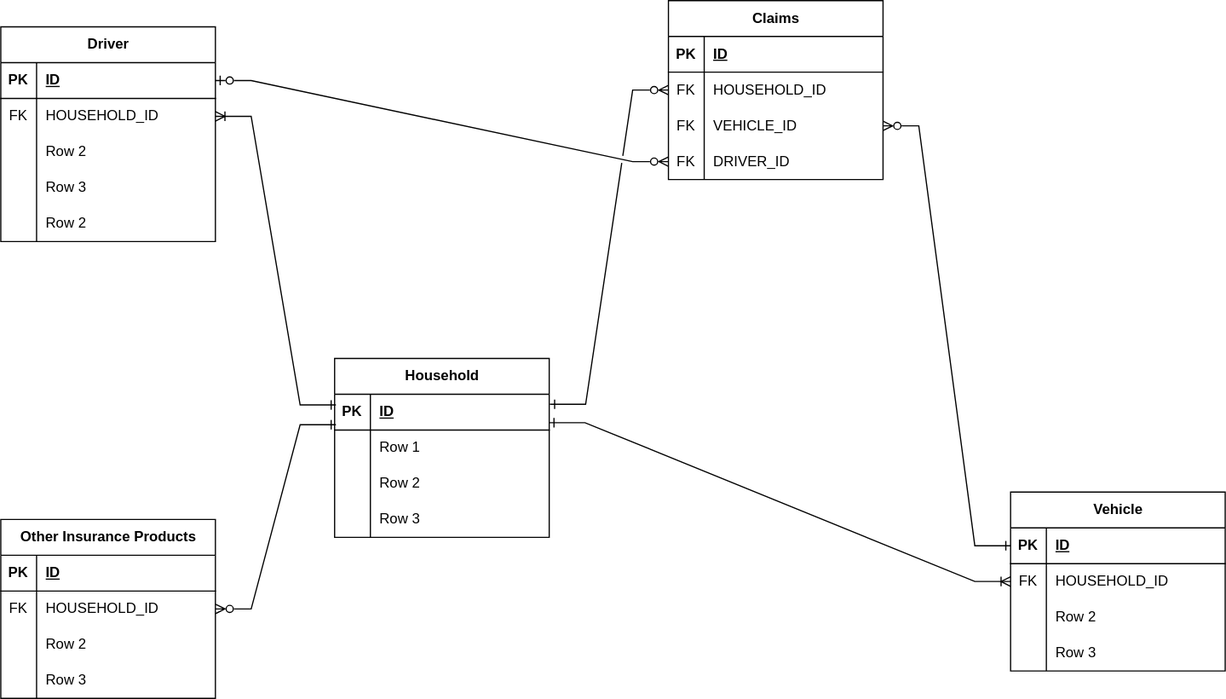
Above: synthetic_data_creation/ER Diagram for Data.svg in rosacker/msds_498_insurance_loss_modeling (draw.io), before the change. Source tidied: cells renumbered, new cells last; positions are measured from the earlier drawing's top-left corner, leaving out a move shared by most shapes.
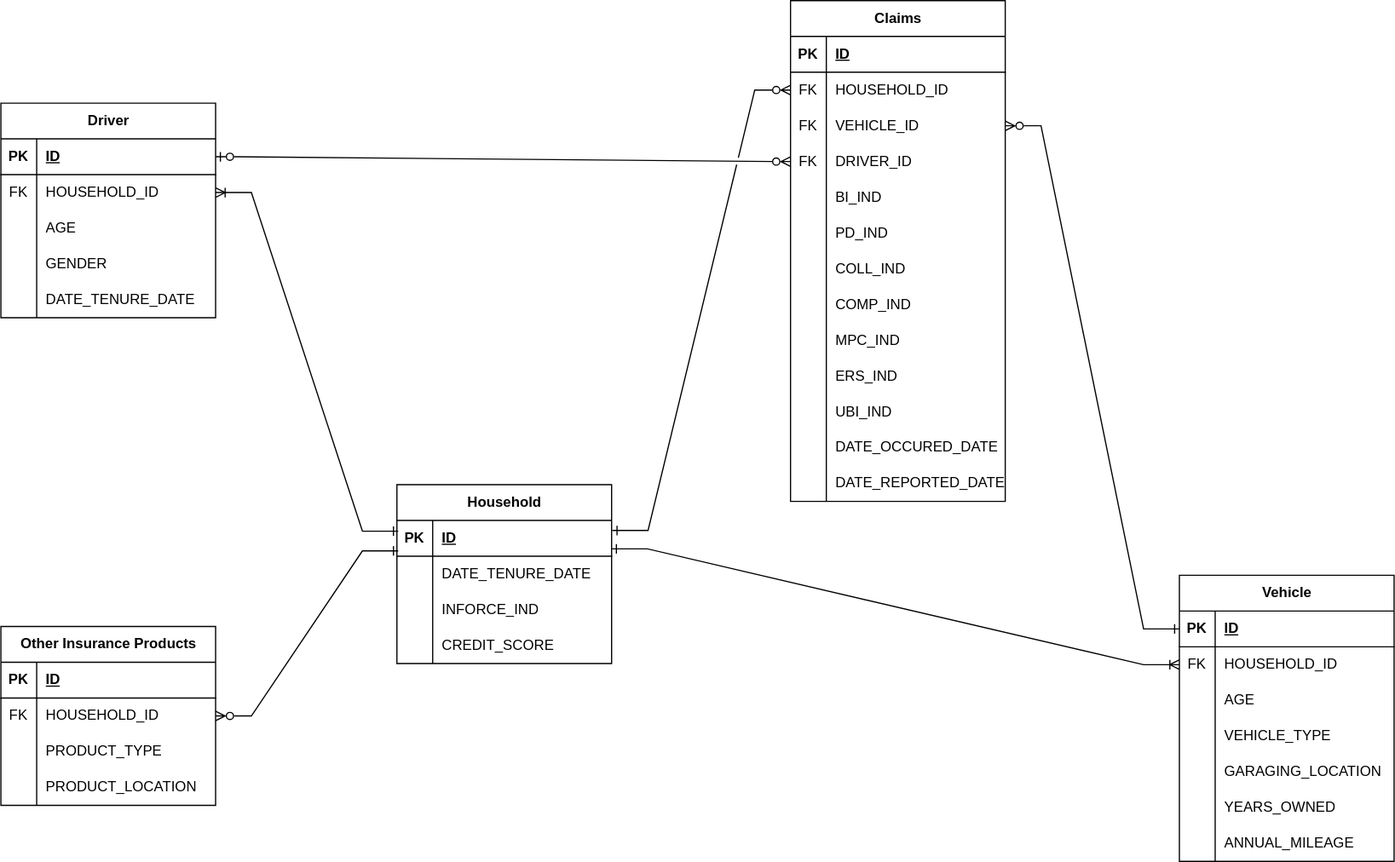
After the change.

Diff of the diagram source:
```diff
@@ -3,7 +3,7 @@
     <mxCell id="0" />
     <mxCell id="1" parent="0" />
     <mxCell id="2" value="Household" style="shape=table;startSize=30;rowLines=0;fontStyle=1;align=center;html=1;" parent="1" vertex="1">
-      <mxGeometry x="280" y="300" width="180" height="150" as="geometry" />
+      <mxGeometry x="303" y="348" width="180" height="150" as="geometry" />
     </mxCell>
     <mxCell id="3" style="shape=tableRow;horizontal=0;startSize=0;swimlaneHead=0;swimlaneBody=0;fillColor=none;points=[[0,0.5],[1,0.5]];portConstraint=eastwest;top=0;left=0;right=0;bottom=1;" parent="2" vertex="1">
       <mxGeometry y="30" width="180" height="30" as="geometry" />
@@ -20,7 +20,7 @@
     <mxCell id="7" style="shape=partialRectangle;fillColor=none;top=0;left=0;bottom=0;right=0;overflow=hidden;whiteSpace=wrap;html=1;" parent="6" vertex="1">
       <mxGeometry width="30" height="30" as="geometry" />
     </mxCell>
-    <mxCell id="8" value="Row 1" style="shape=partialRectangle;fillColor=none;top=0;left=0;bottom=0;right=0;align=left;spacingLeft=6;overflow=hidden;whiteSpace=wrap;html=1;" parent="6" vertex="1">
+    <mxCell id="8" value="DATE_TENURE_DATE" style="shape=partialRectangle;fillColor=none;top=0;left=0;bottom=0;right=0;align=left;spacingLeft=6;overflow=hidden;whiteSpace=wrap;html=1;" parent="6" vertex="1">
       <mxGeometry x="30" width="150" height="30" as="geometry" />
     </mxCell>
     <mxCell id="9" style="shape=tableRow;horizontal=0;startSize=0;swimlaneHead=0;swimlaneBody=0;fillColor=none;top=0;left=0;right=0;bottom=0;" parent="2" vertex="1">
@@ -29,7 +29,7 @@
     <mxCell id="10" style="shape=partialRectangle;fillColor=none;top=0;left=0;bottom=0;right=0;overflow=hidden;whiteSpace=wrap;html=1;" parent="9" vertex="1">
       <mxGeometry width="30" height="30" as="geometry" />
     </mxCell>
-    <mxCell id="11" value="Row 2" style="shape=partialRectangle;fillColor=none;top=0;left=0;bottom=0;right=0;align=left;spacingLeft=6;overflow=hidden;whiteSpace=wrap;html=1;" parent="9" vertex="1">
+    <mxCell id="11" value="INFORCE_IND" style="shape=partialRectangle;fillColor=none;top=0;left=0;bottom=0;right=0;align=left;spacingLeft=6;overflow=hidden;whiteSpace=wrap;html=1;" parent="9" vertex="1">
       <mxGeometry x="30" width="150" height="30" as="geometry" />
     </mxCell>
     <mxCell id="12" style="shape=tableRow;horizontal=0;startSize=0;swimlaneHead=0;swimlaneBody=0;fillColor=none;top=0;left=0;right=0;bottom=0;" parent="2" vertex="1">
@@ -38,11 +38,11 @@
     <mxCell id="13" style="shape=partialRectangle;fillColor=none;top=0;left=0;bottom=0;right=0;overflow=hidden;whiteSpace=wrap;html=1;" parent="12" vertex="1">
       <mxGeometry width="30" height="30" as="geometry" />
     </mxCell>
-    <mxCell id="14" value="Row 3" style="shape=partialRectangle;fillColor=none;top=0;left=0;bottom=0;right=0;align=left;spacingLeft=6;overflow=hidden;whiteSpace=wrap;html=1;" parent="12" vertex="1">
+    <mxCell id="14" value="CREDIT_SCORE" style="shape=partialRectangle;fillColor=none;top=0;left=0;bottom=0;right=0;align=left;spacingLeft=6;overflow=hidden;whiteSpace=wrap;html=1;" parent="12" vertex="1">
       <mxGeometry x="30" width="150" height="30" as="geometry" />
     </mxCell>
     <mxCell id="15" value="Vehicle" style="shape=table;startSize=30;rowLines=0;fontStyle=1;align=center;html=1;" parent="1" vertex="1">
-      <mxGeometry x="847" y="412" width="180" height="150" as="geometry" />
+      <mxGeometry x="959" y="424" width="180" height="240" as="geometry" />
     </mxCell>
     <mxCell id="16" style="shape=tableRow;horizontal=0;startSize=0;swimlaneHead=0;swimlaneBody=0;fillColor=none;points=[[0,0.5],[1,0.5]];portConstraint=eastwest;top=0;left=0;right=0;bottom=1;" parent="15" vertex="1">
       <mxGeometry y="30" width="180" height="30" as="geometry" />
@@ -68,7 +68,7 @@
     <mxCell id="23" style="shape=partialRectangle;fillColor=none;top=0;left=0;bottom=0;right=0;overflow=hidden;whiteSpace=wrap;html=1;" parent="22" vertex="1">
       <mxGeometry width="30" height="30" as="geometry" />
     </mxCell>
-    <mxCell id="24" value="Row 2" style="shape=partialRectangle;fillColor=none;top=0;left=0;bottom=0;right=0;align=left;spacingLeft=6;overflow=hidden;whiteSpace=wrap;html=1;" parent="22" vertex="1">
+    <mxCell id="24" value="AGE" style="shape=partialRectangle;fillColor=none;top=0;left=0;bottom=0;right=0;align=left;spacingLeft=6;overflow=hidden;whiteSpace=wrap;html=1;" parent="22" vertex="1">
       <mxGeometry x="30" width="150" height="30" as="geometry" />
     </mxCell>
     <mxCell id="25" style="shape=tableRow;horizontal=0;startSize=0;swimlaneHead=0;swimlaneBody=0;fillColor=none;top=0;left=0;right=0;bottom=0;" parent="15" vertex="1">
@@ -77,11 +77,38 @@
     <mxCell id="26" style="shape=partialRectangle;fillColor=none;top=0;left=0;bottom=0;right=0;overflow=hidden;whiteSpace=wrap;html=1;" parent="25" vertex="1">
       <mxGeometry width="30" height="30" as="geometry" />
     </mxCell>
-    <mxCell id="27" value="Row 3" style="shape=partialRectangle;fillColor=none;top=0;left=0;bottom=0;right=0;align=left;spacingLeft=6;overflow=hidden;whiteSpace=wrap;html=1;" parent="25" vertex="1">
+    <mxCell id="27" value="VEHICLE_TYPE" style="shape=partialRectangle;fillColor=none;top=0;left=0;bottom=0;right=0;align=left;spacingLeft=6;overflow=hidden;whiteSpace=wrap;html=1;" parent="25" vertex="1">
       <mxGeometry x="30" width="150" height="30" as="geometry" />
     </mxCell>
+    <mxCell id="76" style="shape=tableRow;horizontal=0;startSize=0;swimlaneHead=0;swimlaneBody=0;fillColor=none;top=0;left=0;right=0;bottom=0;" parent="15" vertex="1">
+      <mxGeometry y="150" width="180" height="30" as="geometry" />
+    </mxCell>
+    <mxCell id="77" style="shape=partialRectangle;fillColor=none;top=0;left=0;bottom=0;right=0;overflow=hidden;whiteSpace=wrap;html=1;" parent="76" vertex="1">
+      <mxGeometry width="30" height="30" as="geometry" />
+    </mxCell>
+    <mxCell id="78" value="GARAGING_LOCATION" style="shape=partialRectangle;fillColor=none;top=0;left=0;bottom=0;right=0;align=left;spacingLeft=6;overflow=hidden;whiteSpace=wrap;html=1;" parent="76" vertex="1">
+      <mxGeometry x="30" width="150" height="30" as="geometry" />
+    </mxCell>
+    <mxCell id="79" style="shape=tableRow;horizontal=0;startSize=0;swimlaneHead=0;swimlaneBody=0;fillColor=none;top=0;left=0;right=0;bottom=0;" parent="15" vertex="1">
+      <mxGeometry y="180" width="180" height="30" as="geometry" />
+    </mxCell>
+    <mxCell id="80" style="shape=partialRectangle;fillColor=none;top=0;left=0;bottom=0;right=0;overflow=hidden;whiteSpace=wrap;html=1;" parent="79" vertex="1">
+      <mxGeometry width="30" height="30" as="geometry" />
+    </mxCell>
+    <mxCell id="81" value="YEARS_OWNED" style="shape=partialRectangle;fillColor=none;top=0;left=0;bottom=0;right=0;align=left;spacingLeft=6;overflow=hidden;whiteSpace=wrap;html=1;" parent="79" vertex="1">
+      <mxGeometry x="30" width="150" height="30" as="geometry" />
+    </mxCell>
+    <mxCell id="82" style="shape=tableRow;horizontal=0;startSize=0;swimlaneHead=0;swimlaneBody=0;fillColor=none;top=0;left=0;right=0;bottom=0;" parent="15" vertex="1">
+      <mxGeometry y="210" width="180" height="30" as="geometry" />
+    </mxCell>
+    <mxCell id="83" style="shape=partialRectangle;fillColor=none;top=0;left=0;bottom=0;right=0;overflow=hidden;whiteSpace=wrap;html=1;" parent="82" vertex="1">
+      <mxGeometry width="30" height="30" as="geometry" />
+    </mxCell>
+    <mxCell id="84" value="ANNUAL_MILEAGE" style="shape=partialRectangle;fillColor=none;top=0;left=0;bottom=0;right=0;align=left;spacingLeft=6;overflow=hidden;whiteSpace=wrap;html=1;" parent="82" vertex="1">
+      <mxGeometry x="30" width="150" height="30" as="geometry" />
+    </mxCell>
     <mxCell id="28" value="Driver" style="shape=table;startSize=30;rowLines=0;fontStyle=1;align=center;html=1;" parent="1" vertex="1">
-      <mxGeometry y="22" width="180" height="180" as="geometry" />
+      <mxGeometry x="-29" y="28" width="180" height="180" as="geometry" />
     </mxCell>
     <mxCell id="29" style="shape=tableRow;horizontal=0;startSize=0;swimlaneHead=0;swimlaneBody=0;fillColor=none;points=[[0,0.5],[1,0.5]];portConstraint=eastwest;top=0;left=0;right=0;bottom=1;" parent="28" vertex="1">
       <mxGeometry y="30" width="180" height="30" as="geometry" />
@@ -107,7 +134,7 @@
     <mxCell id="36" style="shape=partialRectangle;fillColor=none;top=0;left=0;bottom=0;right=0;overflow=hidden;whiteSpace=wrap;html=1;" parent="35" vertex="1">
       <mxGeometry width="30" height="30" as="geometry" />
     </mxCell>
-    <mxCell id="37" value="Row 2" style="shape=partialRectangle;fillColor=none;top=0;left=0;bottom=0;right=0;align=left;spacingLeft=6;overflow=hidden;whiteSpace=wrap;html=1;" parent="35" vertex="1">
+    <mxCell id="37" value="AGE" style="shape=partialRectangle;fillColor=none;top=0;left=0;bottom=0;right=0;align=left;spacingLeft=6;overflow=hidden;whiteSpace=wrap;html=1;" parent="35" vertex="1">
       <mxGeometry x="30" width="150" height="30" as="geometry" />
     </mxCell>
     <mxCell id="38" style="shape=tableRow;horizontal=0;startSize=0;swimlaneHead=0;swimlaneBody=0;fillColor=none;top=0;left=0;right=0;bottom=0;" parent="28" vertex="1">
@@ -116,7 +143,7 @@
     <mxCell id="39" style="shape=partialRectangle;fillColor=none;top=0;left=0;bottom=0;right=0;overflow=hidden;whiteSpace=wrap;html=1;" parent="38" vertex="1">
       <mxGeometry width="30" height="30" as="geometry" />
     </mxCell>
-    <mxCell id="40" value="Row 3" style="shape=partialRectangle;fillColor=none;top=0;left=0;bottom=0;right=0;align=left;spacingLeft=6;overflow=hidden;whiteSpace=wrap;html=1;" parent="38" vertex="1">
+    <mxCell id="40" value="GENDER" style="shape=partialRectangle;fillColor=none;top=0;left=0;bottom=0;right=0;align=left;spacingLeft=6;overflow=hidden;whiteSpace=wrap;html=1;" parent="38" vertex="1">
       <mxGeometry x="30" width="150" height="30" as="geometry" />
     </mxCell>
     <mxCell id="41" style="shape=tableRow;horizontal=0;startSize=0;swimlaneHead=0;swimlaneBody=0;fillColor=none;top=0;left=0;right=0;bottom=0;" parent="28" vertex="1">
@@ -125,11 +152,11 @@
     <mxCell id="42" style="shape=partialRectangle;fillColor=none;top=0;left=0;bottom=0;right=0;overflow=hidden;whiteSpace=wrap;html=1;" parent="41" vertex="1">
       <mxGeometry width="30" height="30" as="geometry" />
     </mxCell>
-    <mxCell id="43" value="Row 2" style="shape=partialRectangle;fillColor=none;top=0;left=0;bottom=0;right=0;align=left;spacingLeft=6;overflow=hidden;whiteSpace=wrap;html=1;" parent="41" vertex="1">
+    <mxCell id="43" value="DATE_TENURE_DATE" style="shape=partialRectangle;fillColor=none;top=0;left=0;bottom=0;right=0;align=left;spacingLeft=6;overflow=hidden;whiteSpace=wrap;html=1;" parent="41" vertex="1">
       <mxGeometry x="30" width="150" height="30" as="geometry" />
     </mxCell>
     <mxCell id="44" value="Other Insurance Products" style="shape=table;startSize=30;rowLines=0;fontStyle=1;align=center;html=1;" parent="1" vertex="1">
-      <mxGeometry y="435" width="180" height="150" as="geometry" />
+      <mxGeometry x="-29" y="467" width="180" height="150" as="geometry" />
     </mxCell>
     <mxCell id="45" style="shape=tableRow;horizontal=0;startSize=0;swimlaneHead=0;swimlaneBody=0;fillColor=none;top=0;left=0;right=0;bottom=1;" parent="44" vertex="1">
       <mxGeometry y="30" width="180" height="30" as="geometry" />
@@ -155,7 +182,7 @@
     <mxCell id="52" style="shape=partialRectangle;fillColor=none;top=0;left=0;bottom=0;right=0;overflow=hidden;whiteSpace=wrap;html=1;" parent="51" vertex="1">
       <mxGeometry width="30" height="30" as="geometry" />
     </mxCell>
-    <mxCell id="53" value="Row 2" style="shape=partialRectangle;fillColor=none;top=0;left=0;bottom=0;right=0;align=left;spacingLeft=6;overflow=hidden;whiteSpace=wrap;html=1;" parent="51" vertex="1">
+    <mxCell id="53" value="PRODUCT_TYPE" style="shape=partialRectangle;fillColor=none;top=0;left=0;bottom=0;right=0;align=left;spacingLeft=6;overflow=hidden;whiteSpace=wrap;html=1;" parent="51" vertex="1">
       <mxGeometry x="30" width="150" height="30" as="geometry" />
     </mxCell>
     <mxCell id="54" style="shape=tableRow;horizontal=0;startSize=0;swimlaneHead=0;swimlaneBody=0;fillColor=none;top=0;left=0;right=0;bottom=0;" parent="44" vertex="1">
@@ -164,11 +191,11 @@
     <mxCell id="55" style="shape=partialRectangle;fillColor=none;top=0;left=0;bottom=0;right=0;overflow=hidden;whiteSpace=wrap;html=1;" parent="54" vertex="1">
       <mxGeometry width="30" height="30" as="geometry" />
     </mxCell>
-    <mxCell id="56" value="Row 3" style="shape=partialRectangle;fillColor=none;top=0;left=0;bottom=0;right=0;align=left;spacingLeft=6;overflow=hidden;whiteSpace=wrap;html=1;" parent="54" vertex="1">
+    <mxCell id="56" value="PRODUCT_LOCATION" style="shape=partialRectangle;fillColor=none;top=0;left=0;bottom=0;right=0;align=left;spacingLeft=6;overflow=hidden;whiteSpace=wrap;html=1;" parent="54" vertex="1">
       <mxGeometry x="30" width="150" height="30" as="geometry" />
     </mxCell>
     <mxCell id="57" value="Claims" style="shape=table;startSize=30;rowLines=0;fontStyle=1;align=center;html=1;" parent="1" vertex="1">
-      <mxGeometry x="560" width="180" height="150" as="geometry" />
+      <mxGeometry x="633" y="-58" width="180" height="420" as="geometry" />
     </mxCell>
     <mxCell id="58" style="shape=tableRow;horizontal=0;startSize=0;swimlaneHead=0;swimlaneBody=0;fillColor=none;top=0;left=0;right=0;bottom=1;" parent="57" vertex="1">
       <mxGeometry y="30" width="180" height="30" as="geometry" />
@@ -206,6 +233,87 @@
     <mxCell id="69" value="DRIVER_ID" style="shape=partialRectangle;fillColor=none;top=0;left=0;bottom=0;right=0;align=left;spacingLeft=6;overflow=hidden;whiteSpace=wrap;html=1;" parent="67" vertex="1">
       <mxGeometry x="30" width="150" height="30" as="geometry" />
     </mxCell>
+    <mxCell id="85" style="shape=tableRow;horizontal=0;startSize=0;swimlaneHead=0;swimlaneBody=0;fillColor=none;top=0;left=0;right=0;bottom=0;" parent="57" vertex="1">
+      <mxGeometry y="150" width="180" height="30" as="geometry" />
+    </mxCell>
+    <mxCell id="86" style="shape=partialRectangle;fillColor=none;top=0;left=0;bottom=0;right=0;overflow=hidden;whiteSpace=wrap;html=1;" parent="85" vertex="1">
+      <mxGeometry width="30" height="30" as="geometry" />
+    </mxCell>
+    <mxCell id="87" value="BI_IND" style="shape=partialRectangle;fillColor=none;top=0;left=0;bottom=0;right=0;align=left;spacingLeft=6;overflow=hidden;whiteSpace=wrap;html=1;" parent="85" vertex="1">
+      <mxGeometry x="30" width="150" height="30" as="geometry" />
+    </mxCell>
+    <mxCell id="88" style="shape=tableRow;horizontal=0;startSize=0;swimlaneHead=0;swimlaneBody=0;fillColor=none;top=0;left=0;right=0;bottom=0;" parent="57" vertex="1">
+      <mxGeometry y="180" width="180" height="30" as="geometry" />
+    </mxCell>
+    <mxCell id="89" style="shape=partialRectangle;fillColor=none;top=0;left=0;bottom=0;right=0;overflow=hidden;whiteSpace=wrap;html=1;" parent="88" vertex="1">
+      <mxGeometry width="30" height="30" as="geometry" />
+    </mxCell>
+    <mxCell id="90" value="PD_IND" style="shape=partialRectangle;fillColor=none;top=0;left=0;bottom=0;right=0;align=left;spacingLeft=6;overflow=hidden;whiteSpace=wrap;html=1;" parent="88" vertex="1">
+      <mxGeometry x="30" width="150" height="30" as="geometry" />
+    </mxCell>
+    <mxCell id="91" style="shape=tableRow;horizontal=0;startSize=0;swimlaneHead=0;swimlaneBody=0;fillColor=none;top=0;left=0;right=0;bottom=0;" parent="57" vertex="1">
+      <mxGeometry y="210" width="180" height="30" as="geometry" />
+    </mxCell>
+    <mxCell id="92" style="shape=partialRectangle;fillColor=none;top=0;left=0;bottom=0;right=0;overflow=hidden;whiteSpace=wrap;html=1;" parent="91" vertex="1">
+      <mxGeometry width="30" height="30" as="geometry" />
+    </mxCell>
+    <mxCell id="93" value="COLL_IND" style="shape=partialRectangle;fillColor=none;top=0;left=0;bottom=0;right=0;align=left;spacingLeft=6;overflow=hidden;whiteSpace=wrap;html=1;" parent="91" vertex="1">
+      <mxGeometry x="30" width="150" height="30" as="geometry" />
+    </mxCell>
+    <mxCell id="94" style="shape=tableRow;horizontal=0;startSize=0;swimlaneHead=0;swimlaneBody=0;fillColor=none;top=0;left=0;right=0;bottom=0;" parent="57" vertex="1">
+      <mxGeometry y="240" width="180" height="30" as="geometry" />
+    </mxCell>
+    <mxCell id="95" style="shape=partialRectangle;fillColor=none;top=0;left=0;bottom=0;right=0;overflow=hidden;whiteSpace=wrap;html=1;" parent="94" vertex="1">
+      <mxGeometry width="30" height="30" as="geometry" />
+    </mxCell>
+    <mxCell id="96" value="COMP_IND" style="shape=partialRectangle;fillColor=none;top=0;left=0;bottom=0;right=0;align=left;spacingLeft=6;overflow=hidden;whiteSpace=wrap;html=1;" parent="94" vertex="1">
+      <mxGeometry x="30" width="150" height="30" as="geometry" />
+    </mxCell>
+    <mxCell id="97" style="shape=tableRow;horizontal=0;startSize=0;swimlaneHead=0;swimlaneBody=0;fillColor=none;top=0;left=0;right=0;bottom=0;" parent="57" vertex="1">
+      <mxGeometry y="270" width="180" height="30" as="geometry" />
+    </mxCell>
+    <mxCell id="98" style="shape=partialRectangle;fillColor=none;top=0;left=0;bottom=0;right=0;overflow=hidden;whiteSpace=wrap;html=1;" parent="97" vertex="1">
+      <mxGeometry width="30" height="30" as="geometry" />
+    </mxCell>
+    <mxCell id="99" value="MPC_IND" style="shape=partialRectangle;fillColor=none;top=0;left=0;bottom=0;right=0;align=left;spacingLeft=6;overflow=hidden;whiteSpace=wrap;html=1;" parent="97" vertex="1">
+      <mxGeometry x="30" width="150" height="30" as="geometry" />
+    </mxCell>
+    <mxCell id="100" style="shape=tableRow;horizontal=0;startSize=0;swimlaneHead=0;swimlaneBody=0;fillColor=none;top=0;left=0;right=0;bottom=0;" parent="57" vertex="1">
+      <mxGeometry y="300" width="180" height="30" as="geometry" />
+    </mxCell>
+    <mxCell id="101" style="shape=partialRectangle;fillColor=none;top=0;left=0;bottom=0;right=0;overflow=hidden;whiteSpace=wrap;html=1;" parent="100" vertex="1">
+      <mxGeometry width="30" height="30" as="geometry" />
+    </mxCell>
+    <mxCell id="102" value="ERS_IND" style="shape=partialRectangle;fillColor=none;top=0;left=0;bottom=0;right=0;align=left;spacingLeft=6;overflow=hidden;whiteSpace=wrap;html=1;" parent="100" vertex="1">
+      <mxGeometry x="30" width="150" height="30" as="geometry" />
+    </mxCell>
+    <mxCell id="103" style="shape=tableRow;horizontal=0;startSize=0;swimlaneHead=0;swimlaneBody=0;fillColor=none;top=0;left=0;right=0;bottom=0;" parent="57" vertex="1">
+      <mxGeometry y="330" width="180" height="30" as="geometry" />
+    </mxCell>
+    <mxCell id="104" style="shape=partialRectangle;fillColor=none;top=0;left=0;bottom=0;right=0;overflow=hidden;whiteSpace=wrap;html=1;" parent="103" vertex="1">
+      <mxGeometry width="30" height="30" as="geometry" />
+    </mxCell>
+    <mxCell id="105" value="UBI_IND" style="shape=partialRectangle;fillColor=none;top=0;left=0;bottom=0;right=0;align=left;spacingLeft=6;overflow=hidden;whiteSpace=wrap;html=1;" parent="103" vertex="1">
+      <mxGeometry x="30" width="150" height="30" as="geometry" />
+    </mxCell>
+    <mxCell id="106" style="shape=tableRow;horizontal=0;startSize=0;swimlaneHead=0;swimlaneBody=0;fillColor=none;top=0;left=0;right=0;bottom=0;" parent="57" vertex="1">
+      <mxGeometry y="360" width="180" height="30" as="geometry" />
+    </mxCell>
+    <mxCell id="107" style="shape=partialRectangle;fillColor=none;top=0;left=0;bottom=0;right=0;overflow=hidden;whiteSpace=wrap;html=1;" parent="106" vertex="1">
+      <mxGeometry width="30" height="30" as="geometry" />
+    </mxCell>
+    <mxCell id="108" value="DATE_OCCURED_DATE" style="shape=partialRectangle;fillColor=none;top=0;left=0;bottom=0;right=0;align=left;spacingLeft=6;overflow=hidden;whiteSpace=wrap;html=1;" parent="106" vertex="1">
+      <mxGeometry x="30" width="150" height="30" as="geometry" />
+    </mxCell>
+    <mxCell id="109" style="shape=tableRow;horizontal=0;startSize=0;swimlaneHead=0;swimlaneBody=0;fillColor=none;top=0;left=0;right=0;bottom=0;" parent="57" vertex="1">
+      <mxGeometry y="390" width="180" height="30" as="geometry" />
+    </mxCell>
+    <mxCell id="110" style="shape=partialRectangle;fillColor=none;top=0;left=0;bottom=0;right=0;overflow=hidden;whiteSpace=wrap;html=1;" parent="109" vertex="1">
+      <mxGeometry width="30" height="30" as="geometry" />
+    </mxCell>
+    <mxCell id="111" value="DATE_REPORTED_DATE" style="shape=partialRectangle;fillColor=none;top=0;left=0;bottom=0;right=0;align=left;spacingLeft=6;overflow=hidden;whiteSpace=wrap;html=1;" parent="109" vertex="1">
+      <mxGeometry x="30" width="150" height="30" as="geometry" />
+    </mxCell>
     <mxCell id="70" style="edgeStyle=entityRelationEdgeStyle;rounded=0;jettySize=auto;html=1;jumpStyle=arc;startArrow=ERzeroToMany;startFill=0;endArrow=ERone;endFill=0;" parent="1" edge="1" source="64" target="16">
       <mxGeometry relative="1" as="geometry" />
     </mxCell>
```
